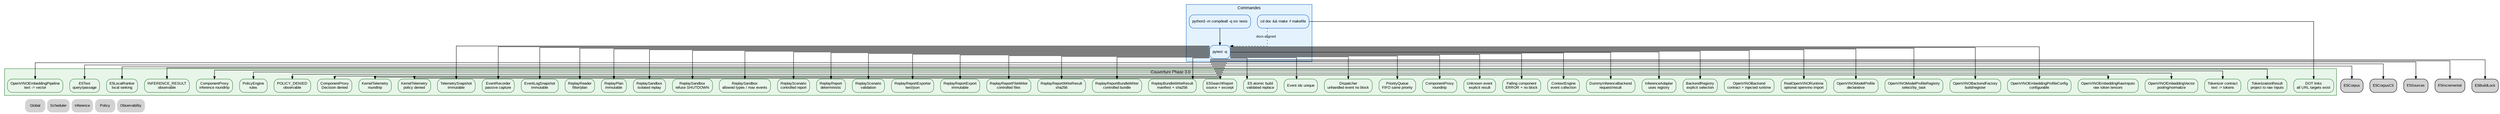
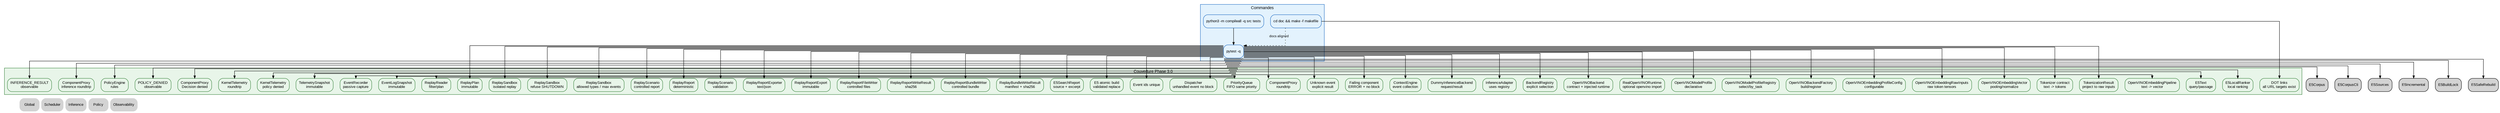
digraph Tests {
    rankdir=TB;
    splines=ortho;

    graph [fontname="Arial", fontsize=11];
    node [shape=box, style="rounded,filled", fontname="Arial", fontsize=10];
    edge [fontname="Arial", fontsize=9, arrowsize=0.7];

    // ROADMAP_NOTE[phase2_9]:
    // Ajout des tests RealOpenVINORuntime avec faux module openvino injecté.
    // Ces tests valident l'import isolé, les entrées brutes, le cache de modèle
    // compilé et l'absence de modèle/tokenizer imposé.

    // ROADMAP_NOTE[phase3_0]:
    // Ajout des tests OpenVINOModelProfile et OpenVINOModelProfileRegistry pour
    // préparer plusieurs modèles sans fallback implicite.

    // ROADMAP_NOTE[phase3_1]:
    // Ajout des tests OpenVINOBackendFactory pour construire et enregistrer un
    // backend depuis un profil explicite sans importer openvino.

    // ROADMAP_NOTE[phase3_2]:
    // Ajout des tests OpenVINOEmbeddingProfileConfig pour déclarer un profil
    // embedding configurable sans modèle local imposé.

    // ROADMAP_NOTE[phase3_3]:
    // Ajout des tests OpenVINOEmbeddingRawInputs et
    // OpenVINOEmbeddingOutputAdapter pour valider tokens bruts, pooling,
    // normalisation et vecteur stable sans tokenizer ni Qdrant.

    // ROADMAP_NOTE[phase3_4]:
    // Ajout des tests TokenizerConfig, TokenizationRequest,
    // TokenizationResult et TokenizerRegistry pour préparer texte -> tokens
    // sans dépendance externe imposée.

    // ROADMAP_NOTE[phase3_6]:
    // Ajout des tests DeterministicTokenizer pour valider un tokenizer concret
    // pure stdlib sans vocabulaire réel ni compatibilité modèle revendiquée.

    // ROADMAP_NOTE[phase3_10]:
    // Ajout des tests E5Text et E5LocalRanker pour verrouiller query/passage
    // et valider un ranking local avant Qdrant.

    // ROADMAP_NOTE[phase3_12]:
    // Ajout des tests E5CorpusBuilder, E5CorpusSearcher, E5CorpusJsonStore
    // et CLI corpus pour persister des passages vectorisés avant Qdrant.

    // ROADMAP_NOTE[phase3_14]:
    // Ajout des tests E5SearchReport et CLI source context pour afficher
    // source_path, lignes et extrait dans les résultats de recherche.

    // ROADMAP_NOTE[phase3_15]:
    // Ajout des tests E5IncrementalCorpusBuilder et CLI --reuse-index pour
    // garantir la réutilisation déterministe des embeddings inchangés.

    // ROADMAP_NOTE[phase3_16]:
    // Ajout des tests E5CorpusJsonStore.write_atomic pour garantir que la
    // cible n'est remplacée qu'après validation complète du JSON temporaire.

    // ROADMAP_NOTE[phase3_17]:
    // Ajout des tests E5CorpusBuildLock et CLI build verrouillé pour empêcher
    // deux reconstructions concurrentes vers le même index corpus.
+ 
+     // ROADMAP_NOTE[phase3_18]:
+     // Ajout des tests rebuild_e5_corpus pour valider staging, dry-run,
+     // validation query, promotion finale et verrou sur le corpus final.

    subgraph cluster_commands {
        label="Commandes";
        color="#1565c0";
        bgcolor="#e3f2fd";
        node [fillcolor="#e3f2fd", color="#1565c0"];
        Compile [label="python3 -m compileall -q src tests"];
        Pytest [label="pytest -q"];
        Dot [label="cd doc && make -f makefile"];
    }

    subgraph cluster_coverage {
        label="Couverture Phase 3.0";
        color="#2e7d32";
        bgcolor="#e8f5e9";
        node [fillcolor="#e8f5e9", color="#2e7d32"];
        EventIds [label="Event ids unique"];
        Dispatcher [label="Dispatcher\nunhandled event no block"];
        Queue [label="PriorityQueue\nFIFO same priority"];
        Proxy [label="ComponentProxy\nroundtrip"];
        Unknown [label="Unknown event\nexplicit result"];
        Failure [label="Failing component\nERROR + no block"];
        Context [label="ContextEngine\nevent collection"];
        Inference [label="DummyInferenceBackend\nrequest/result"];
        InferenceAdapter [label="InferenceAdapter\nuses registry"];
        BackendRegistry [label="BackendRegistry\nexplicit selection"];
        OpenVINOContract [label="OpenVINOBackend\ncontract + injected runtime", URL="../inference/41_openvino_backend.svg"];
        OpenVINORuntime [label="RealOpenVINORuntime\noptional openvino import", URL="../inference/42_openvino_runtime.svg"];
        OpenVINOProfile [label="OpenVINOModelProfile\ndeclarative", URL="../inference/43_openvino_profiles.svg"];
        OpenVINOProfileRegistry [label="OpenVINOModelProfileRegistry\nselect/by_task", URL="../inference/43_openvino_profiles.svg"];
        OpenVINOBackendFactory [label="OpenVINOBackendFactory\nbuild/register", URL="../inference/43_openvino_profiles.svg"];
        OpenVINOEmbeddingProfile [label="OpenVINOEmbeddingProfileConfig\nconfigurable", URL="../inference/44_openvino_embedding_profile.svg"];
        OpenVINOEmbeddingRaw [label="OpenVINOEmbeddingRawInputs\nraw token tensors", URL="../inference/45_openvino_embedding_raw.svg"];
        OpenVINOEmbeddingVector [label="OpenVINOEmbeddingVector\npooling/normalize", URL="../inference/45_openvino_embedding_raw.svg"];
        TokenizerContract [label="Tokenizer contract\ntext -> tokens", URL="../inference/46_tokenizer_contract.svg"];
        TokenizationResult [label="TokenizationResult\nproject to raw inputs", URL="../inference/46_tokenizer_contract.svg"];
        OpenVINOEmbeddingPipeline [label="OpenVINOEmbeddingPipeline\ntext -> vector", URL="../inference/47_openvino_embedding_pipeline.svg"];
        E5Text [label="E5Text\nquery/passage", URL="../inference/49_e5_query_passage.svg"];
        E5LocalRanker [label="E5LocalRanker\nlocal ranking", URL="../inference/49_e5_query_passage.svg"];
        InferenceObs [label="INFERENCE_RESULT\nobservable"];
        InferenceProxy [label="ComponentProxy\ninference roundtrip"];
        PolicyRules [label="PolicyEngine\nrules"];
        PolicyDenied [label="POLICY_DENIED\nobservable"];
        PolicyProxy [label="ComponentProxy\nDecision denied"];
        TelemetryRoundtrip [label="KernelTelemetry\nroundtrip"];
        TelemetryDenied [label="KernelTelemetry\npolicy denied"];
        TelemetrySnapshot [label="TelemetrySnapshot\nimmutable"];
        EventRecorder [label="EventRecorder\npassive capture"];
        EventLogSnapshot [label="EventLogSnapshot\nimmutable"];
        ReplayReader [label="ReplayReader\nfilter/plan"];
        ReplayPlan [label="ReplayPlan\nimmutable"];
        ReplaySandbox [label="ReplaySandbox\nisolated replay"];
        ReplaySandboxDenied [label="ReplaySandbox\nrefuse SHUTDOWN"];
        ReplaySandboxLimits [label="ReplaySandbox\nallowed types / max events"];
        ReplayScenario [label="ReplayScenario\ncontrolled report"];
        ReplayReport [label="ReplayReport\ndeterministic"];
        ReplayScenarioValidation [label="ReplayScenario\nvalidation"];
        ReplayReportExporter [label="ReplayReportExporter\ntext/json"];
        ReplayReportExport [label="ReplayReportExport\nimmutable"];
        ReplayReportFileWriter [label="ReplayReportFileWriter\ncontrolled files"];
        ReplayReportWriteResult [label="ReplayReportWriteResult\nsha256"];
        ReplayReportBundleWriter [label="ReplayReportBundleWriter\ncontrolled bundle"];
        ReplayBundleWriteResult [label="ReplayBundleWriteResult\nmanifest + sha256"];
        E5SearchReport [label="E5SearchReport\nsource + excerpt", URL="../inference/52_e5_search_report.svg"];
        E5AtomicBuild [label="E5 atomic build\nvalidated replace", URL="../inference/54_e5_atomic_build.svg"];
        DotLinks [label="DOT links\nall URL targets exist"];
    }

    Compile -> Pytest;
    Pytest -> EventIds;
    Pytest -> Dispatcher;
    Pytest -> Queue;
    Pytest -> Proxy;
    Pytest -> Unknown;
    Pytest -> Failure;
    Pytest -> Context;
    Pytest -> Inference;
    Pytest -> InferenceAdapter;
    Pytest -> BackendRegistry;
    Pytest -> OpenVINOContract;
    Pytest -> OpenVINORuntime;
    Pytest -> OpenVINOProfile;
    Pytest -> OpenVINOProfileRegistry;
    Pytest -> OpenVINOBackendFactory;
    Pytest -> OpenVINOEmbeddingProfile;
    Pytest -> OpenVINOEmbeddingRaw;
    Pytest -> OpenVINOEmbeddingVector;
    Pytest -> TokenizerContract;
    Pytest -> TokenizationResult;
    Pytest -> OpenVINOEmbeddingPipeline;
    Pytest -> E5Text;
    Pytest -> E5LocalRanker;
    Pytest -> E5Corpus;
    Pytest -> E5CorpusCli;
    Pytest -> E5Sources;
    Pytest -> E5SearchReport;
    Pytest -> E5Incremental;
    Pytest -> E5AtomicBuild;
    Pytest -> E5BuildLock;
+     Pytest -> E5SafeRebuild;
    Pytest -> InferenceObs;
    Pytest -> InferenceProxy;
    Pytest -> PolicyRules;
    Pytest -> PolicyDenied;
    Pytest -> PolicyProxy;
    Pytest -> TelemetryRoundtrip;
    Pytest -> TelemetryDenied;
    Pytest -> TelemetrySnapshot;
    Pytest -> EventRecorder;
    Pytest -> EventLogSnapshot;
    Pytest -> ReplayReader;
    Pytest -> ReplayPlan;
    Pytest -> ReplaySandbox;
    Pytest -> ReplaySandboxDenied;
    Pytest -> ReplaySandboxLimits;
    Pytest -> ReplayScenario;
    Pytest -> ReplayReport;
    Pytest -> ReplayScenarioValidation;
    Pytest -> ReplayReportExporter;
    Pytest -> ReplayReportExport;
    Pytest -> ReplayReportFileWriter;
    Pytest -> ReplayReportWriteResult;
    Pytest -> ReplayReportBundleWriter;
    Pytest -> ReplayBundleWriteResult;
    Dot -> DotLinks;
    Dot -> Pytest [style=dotted, label="docs aligned"];

    Nav_Global [label="Global", shape=plaintext, URL="../00_global.svg"];
    Nav_Scheduler [label="Scheduler", shape=plaintext, URL="../scheduler/10_scheduler.svg"];
    Nav_Inference [label="Inference", shape=plaintext, URL="../inference/40_inference.svg"];
    Nav_Policy [label="Policy", shape=plaintext, URL="../00_global.svg"];
    Nav_Observability [label="Observability", shape=plaintext, URL="../observability/70_observability.svg"];

    { rank=sink; Nav_Global; Nav_Scheduler; Nav_Inference; Nav_Policy; Nav_Observability; }
}
